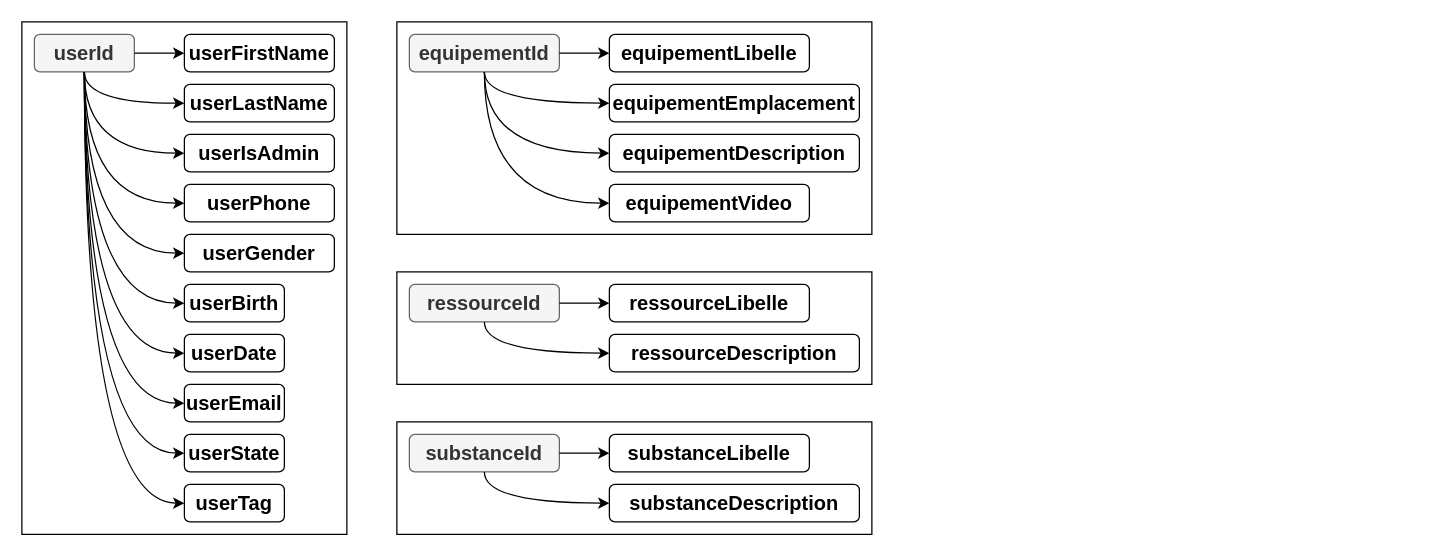
Above: DF.drawio in doriangilbert/MaisonEconome (draw.io), before the change. Source tidied: cells renumbered, new cells numbered last; positions are measured from the earlier drawing's top-left corner, leaving out a move shared by most shapes. Both pictures are drawn from the tidied source at 125%, with x=0, y=0 at pixel (21, 21).
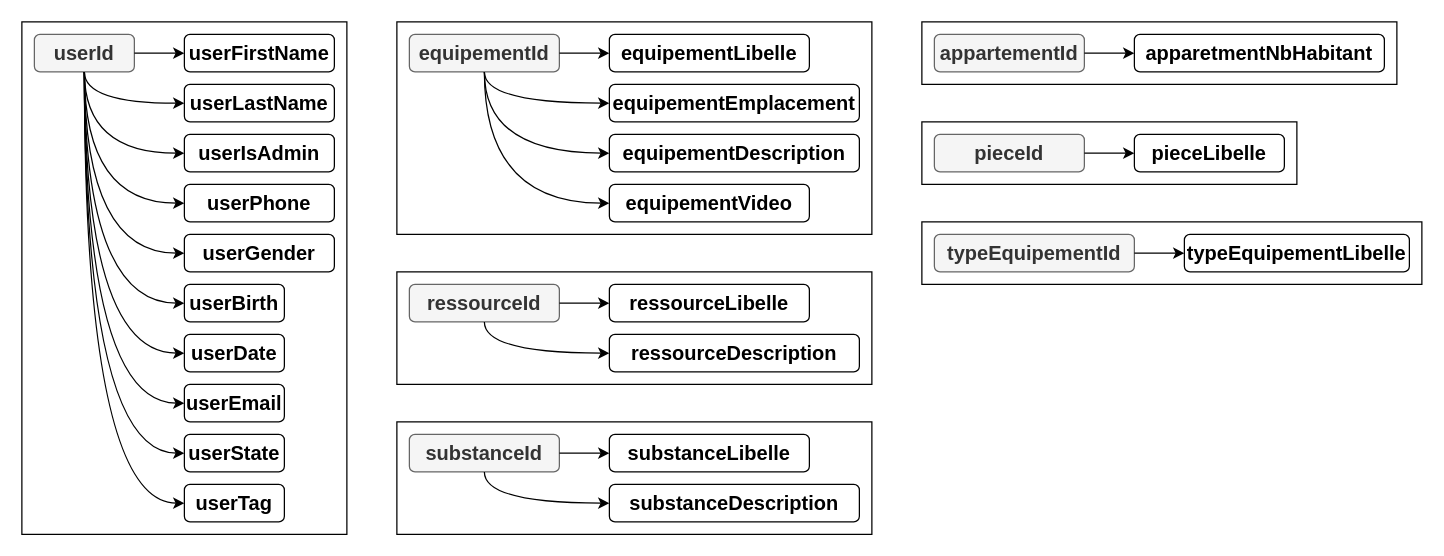
The same page after the edit.

The edit, as a diff of the source:
```diff
@@
+    <mxCell id="50" style="group;" parent="1" vertex="1">
+      <mxGeometry x="720" width="380" height="50" as="geometry" />
+    </mxCell>
+    <mxCell id="51" style="rounded=0;whiteSpace=wrap;html=1;fillColor=none;" parent="50" vertex="1">
+      <mxGeometry width="380" height="50" as="geometry" />
+    </mxCell>
+    <mxCell id="52" value="&lt;b&gt;&lt;font style=&quot;font-size: 16px&quot;&gt;appartementId&lt;/font&gt;&lt;/b&gt;" style="rounded=1;whiteSpace=wrap;html=1;fillColor=#f5f5f5;fontColor=#333333;strokeColor=#666666;" parent="50" vertex="1">
+      <mxGeometry x="10" y="10" width="120" height="30" as="geometry" />
+    </mxCell>
+    <mxCell id="53" style="rounded=0;jettySize=auto;html=1;edgeStyle=orthogonalEdgeStyle;curved=1;" parent="50" edge="1" source="52" target="54">
+      <mxGeometry relative="1" as="geometry" />
+    </mxCell>
+    <mxCell id="54" value="&lt;b&gt;&lt;font style=&quot;font-size: 16px&quot;&gt;apparetmentNbHabitant&lt;/font&gt;&lt;/b&gt;" style="rounded=1;whiteSpace=wrap;html=1;fillColor=none;" parent="50" vertex="1">
+      <mxGeometry x="170" y="10" width="200" height="30" as="geometry" />
+    </mxCell>
+    <mxCell id="55" style="group;" parent="1" vertex="1">
+      <mxGeometry x="720" y="80" width="300" height="50" as="geometry" />
+    </mxCell>
+    <mxCell id="56" style="rounded=0;whiteSpace=wrap;html=1;fillColor=none;" parent="55" vertex="1">
+      <mxGeometry width="300" height="50" as="geometry" />
+    </mxCell>
+    <mxCell id="57" value="&lt;b&gt;&lt;font style=&quot;font-size: 16px&quot;&gt;pieceId&lt;/font&gt;&lt;/b&gt;" style="rounded=1;whiteSpace=wrap;html=1;fillColor=#f5f5f5;fontColor=#333333;strokeColor=#666666;" parent="55" vertex="1">
+      <mxGeometry x="10" y="10" width="120" height="30" as="geometry" />
+    </mxCell>
+    <mxCell id="58" style="rounded=0;jettySize=auto;html=1;edgeStyle=orthogonalEdgeStyle;curved=1;" parent="55" edge="1" source="57" target="59">
+      <mxGeometry relative="1" as="geometry" />
+    </mxCell>
+    <mxCell id="59" value="&lt;b&gt;&lt;font style=&quot;font-size: 16px&quot;&gt;pieceLibelle&lt;/font&gt;&lt;/b&gt;" style="rounded=1;whiteSpace=wrap;html=1;fillColor=none;" parent="55" vertex="1">
+      <mxGeometry x="170" y="10" width="120" height="30" as="geometry" />
+    </mxCell>
+    <mxCell id="60" style="group;" parent="1" vertex="1">
+      <mxGeometry x="720" y="160" width="400" height="50" as="geometry" />
+    </mxCell>
+    <mxCell id="61" style="rounded=0;whiteSpace=wrap;html=1;fillColor=none;" parent="60" vertex="1">
+      <mxGeometry width="400" height="50" as="geometry" />
+    </mxCell>
+    <mxCell id="62" value="&lt;b&gt;&lt;font style=&quot;font-size: 16px&quot;&gt;typeEquipementId&lt;/font&gt;&lt;/b&gt;" style="rounded=1;whiteSpace=wrap;html=1;fillColor=#f5f5f5;fontColor=#333333;strokeColor=#666666;" parent="60" vertex="1">
+      <mxGeometry x="10" y="10" width="160" height="30" as="geometry" />
+    </mxCell>
+    <mxCell id="63" style="rounded=0;jettySize=auto;html=1;edgeStyle=orthogonalEdgeStyle;curved=1;" parent="60" edge="1" source="62" target="64">
+      <mxGeometry relative="1" as="geometry" />
+    </mxCell>
+    <mxCell id="64" value="&lt;b&gt;&lt;font style=&quot;font-size: 16px&quot;&gt;typeEquipementLibelle&lt;/font&gt;&lt;/b&gt;" style="rounded=1;whiteSpace=wrap;html=1;fillColor=none;" parent="60" vertex="1">
+      <mxGeometry x="210" y="10" width="180" height="30" as="geometry" />
+    </mxCell>
```
